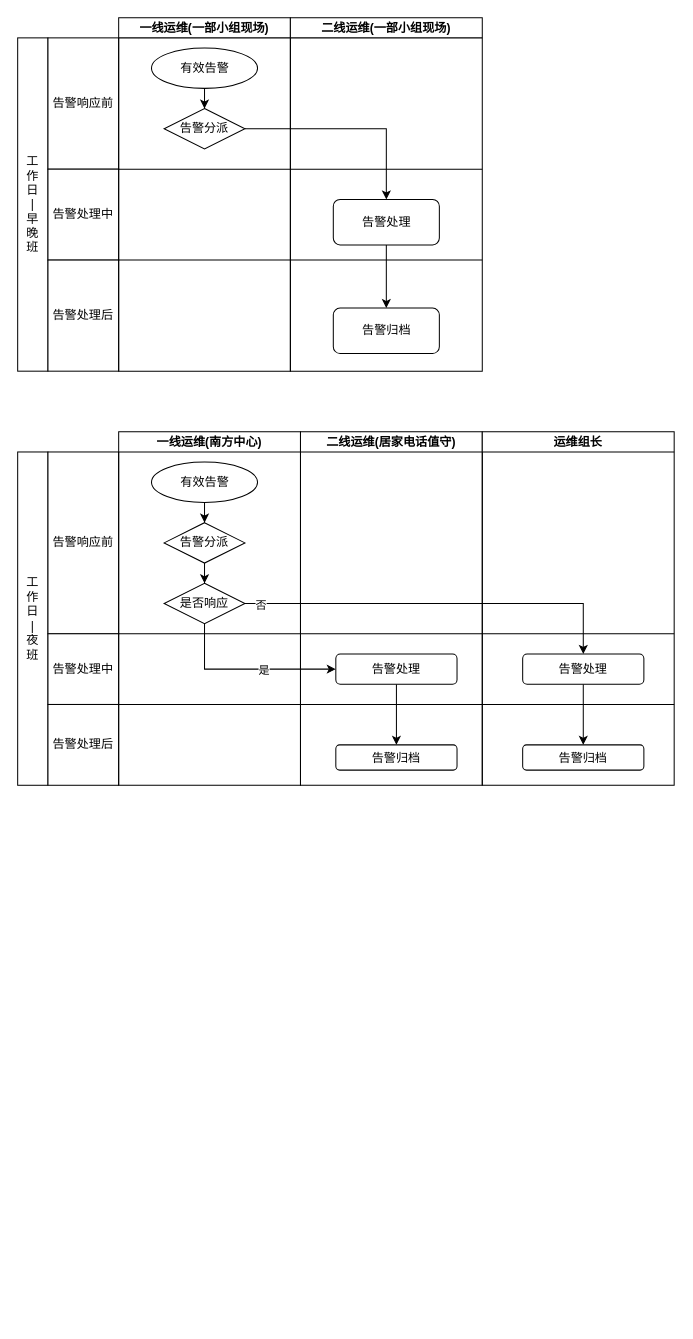
Earlier version of the draw.io diagram 协作流程.drawio (jaywin2u/practices). Source tidied: cells renumbered, new cells numbered last; positions are measured from the earlier drawing's top-left corner, leaving out a move shared by most shapes. Both pictures are drawn from the tidied source at 101%, with x=0, y=0 at pixel (17, 17).
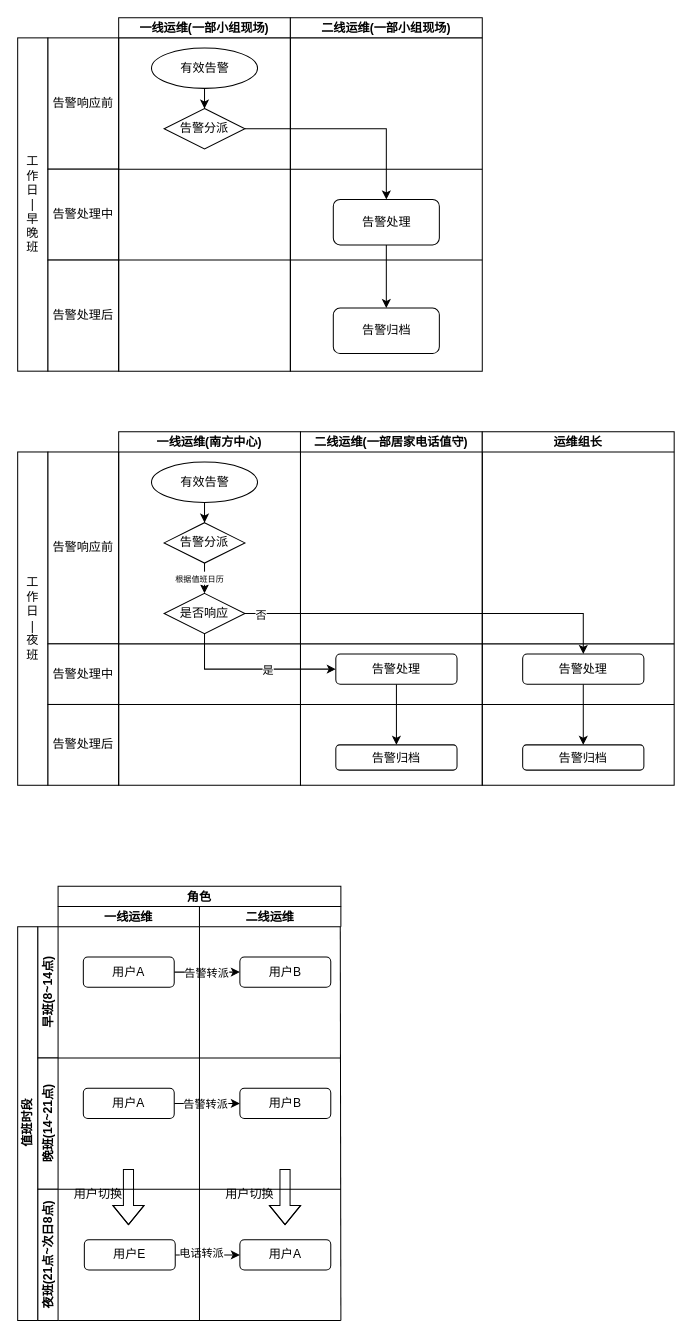
The same diagram, later.

Commit message:
更新协作流程.drawio

The change refers to these unchanged cells:
```xml
<mxCell id="21" value="一线运维(南方中心)" style="swimlane;startSize=20;" parent="1" vertex="1">
  <mxGeometry x="100" y="410" width="180" height="350" as="geometry" />
</mxCell>
<mxCell id="25" value="告警分派" style="rhombus;whiteSpace=wrap;html=1;" parent="21" vertex="1">
  <mxGeometry x="45" y="90" width="80" height="40" as="geometry" />
</mxCell>
```

Diff of the diagram source:
```diff
@@
-    <mxCell id="17" value="&lt;div&gt;工&lt;div&gt;作&lt;/div&gt;&lt;div&gt;日&lt;/div&gt;&lt;/div&gt;&lt;div&gt;|&lt;/div&gt;&lt;div&gt;夜&lt;/div&gt;&lt;div&gt;班&lt;/div&gt;" style="rounded=0;whiteSpace=wrap;html=1;" parent="1" vertex="1">
+    <mxCell id="17" value="工&lt;div&gt;作&lt;/div&gt;&lt;div&gt;日&lt;div&gt;|&lt;/div&gt;&lt;div&gt;夜&lt;/div&gt;&lt;div&gt;班&lt;/div&gt;&lt;/div&gt;" style="rounded=0;whiteSpace=wrap;html=1;" parent="1" vertex="1">
       <mxGeometry y="430" width="30" height="330" as="geometry" />
     </mxCell>
     <mxCell id="18" value="告警&lt;span style=&quot;background-color: initial;&quot;&gt;响应&lt;/span&gt;&lt;span style=&quot;background-color: initial;&quot;&gt;前&lt;/span&gt;" style="rounded=0;whiteSpace=wrap;html=1;" parent="1" vertex="1">
-      <mxGeometry x="30" y="430" width="70" height="180" as="geometry" />
+      <mxGeometry x="30" y="430" width="70" height="190" as="geometry" />
     </mxCell>
     <mxCell id="19" value="告警处理中" style="rounded=0;whiteSpace=wrap;html=1;" parent="1" vertex="1">
-      <mxGeometry x="30" y="610" width="70" height="70" as="geometry" />
+      <mxGeometry x="30" y="620" width="70" height="60" as="geometry" />
     </mxCell>
@@
-    <mxCell id="24" style="edgeStyle=orthogonalEdgeStyle;rounded=0;jettySize=auto;html=1;" parent="21" edge="1" source="25" target="26">
-      <mxGeometry relative="1" as="geometry" />
+    <mxCell id="24" value="&lt;span style=&quot;font-size: 8px;&quot;&gt;根据值班日历&lt;/span&gt;" style="edgeStyle=orthogonalEdgeStyle;rounded=0;jettySize=auto;html=1;" parent="21" edge="1" source="25" target="26">
+      <mxGeometry y="5" relative="1" as="geometry" />
     </mxCell>
@@
     <mxCell id="26" value="是否响应" style="rhombus;whiteSpace=wrap;html=1;" parent="21" vertex="1">
-      <mxGeometry x="45" y="150" width="80" height="40" as="geometry" />
+      <mxGeometry x="45" y="160" width="80" height="40" as="geometry" />
     </mxCell>
     <mxCell id="27" style="endArrow=none;html=1;rounded=0;" parent="21" edge="1">
       <mxGeometry relative="1" as="geometry">
-        <mxPoint y="200" as="sourcePoint" />
-        <mxPoint x="550" y="200" as="targetPoint" />
+        <mxPoint y="210" as="sourcePoint" />
+        <mxPoint x="550" y="210" as="targetPoint" />
       </mxGeometry>
     </mxCell>
@@
-    <mxCell id="29" value="二线运维(居家电话值守)" style="swimlane;startSize=20;" parent="1" vertex="1">
+    <mxCell id="29" value="二线运维(一部居家电话值守)" style="swimlane;startSize=20;" parent="1" vertex="1">
       <mxGeometry x="280" y="410" width="180" height="350" as="geometry" />
     </mxCell>
@@
+    <mxCell id="41" value="值班时段" style="swimlane;horizontal=0;startSize=20;html=1;" parent="1" vertex="1" collapsed="1">
+      <mxGeometry y="900" width="20" height="390" as="geometry" />
+    </mxCell>
+    <mxCell id="42" value="早班(8~14点)" style="swimlane;horizontal=0;whiteSpace=wrap;html=1;startSize=23;" parent="1" vertex="1">
+      <mxGeometry x="20" y="900" width="20" height="130" as="geometry" />
+    </mxCell>
+    <mxCell id="43" value="一线运维" style="swimlane;startSize=23;" parent="1" vertex="1">
+      <mxGeometry x="40" y="880" width="140" height="20" as="geometry" />
+    </mxCell>
+    <mxCell id="44" value="二线运维" style="swimlane;startSize=23;" parent="1" vertex="1">
+      <mxGeometry x="180" y="880" width="140" height="20" as="geometry" />
+    </mxCell>
+    <mxCell id="45" value="角色" style="swimlane;" parent="1" vertex="1">
+      <mxGeometry x="40" y="860" width="280" height="20" as="geometry" />
+    </mxCell>
+    <mxCell id="46" style="edgeStyle=orthogonalEdgeStyle;rounded=0;jettySize=auto;html=1;entryX=0;entryY=0.5;entryDx=0;entryDy=0;" parent="1" edge="1" source="48" target="51">
+      <mxGeometry relative="1" as="geometry" />
+    </mxCell>
+    <mxCell id="47" value="告警转派" style="edgeLabel;html=1;align=center;verticalAlign=middle;" parent="46" vertex="1">
+      <mxGeometry x="-0.23" relative="1" as="geometry">
+        <mxPoint x="6" as="offset" />
+      </mxGeometry>
+    </mxCell>
+    <mxCell id="48" value="用户A" style="rounded=1;whiteSpace=wrap;html=1;" parent="1" vertex="1">
+      <mxGeometry x="65" y="930" width="90" height="30" as="geometry" />
+    </mxCell>
+    <mxCell id="49" value="晚班(14~21点)" style="swimlane;horizontal=0;whiteSpace=wrap;html=1;startSize=23;" parent="1" vertex="1">
+      <mxGeometry x="20" y="1030" width="20" height="130" as="geometry" />
+    </mxCell>
+    <mxCell id="50" value="夜班(21点~次日8点)" style="swimlane;horizontal=0;whiteSpace=wrap;html=1;startSize=23;" parent="1" vertex="1">
+      <mxGeometry x="20" y="1160" width="20" height="130" as="geometry" />
+    </mxCell>
+    <mxCell id="51" value="用户B" style="rounded=1;whiteSpace=wrap;html=1;" parent="1" vertex="1">
+      <mxGeometry x="220" y="930" width="90" height="30" as="geometry" />
+    </mxCell>
+    <mxCell id="52" style="edgeStyle=orthogonalEdgeStyle;rounded=0;jettySize=auto;html=1;" parent="1" edge="1" source="54" target="55">
+      <mxGeometry relative="1" as="geometry" />
+    </mxCell>
+    <mxCell id="53" value="告警转派" style="edgeLabel;html=1;align=center;verticalAlign=middle;" parent="52" vertex="1">
+      <mxGeometry x="-0.19" relative="1" as="geometry">
+        <mxPoint x="4" as="offset" />
+      </mxGeometry>
+    </mxCell>
+    <mxCell id="54" value="用户A" style="rounded=1;whiteSpace=wrap;html=1;" parent="1" vertex="1">
+      <mxGeometry x="65" y="1060" width="90" height="30" as="geometry" />
+    </mxCell>
+    <mxCell id="55" value="用户B" style="rounded=1;whiteSpace=wrap;html=1;" parent="1" vertex="1">
+      <mxGeometry x="220" y="1060" width="90" height="30" as="geometry" />
+    </mxCell>
+    <mxCell id="56" value="用户A" style="rounded=1;whiteSpace=wrap;html=1;" parent="1" vertex="1">
+      <mxGeometry x="220" y="1210" width="90" height="30" as="geometry" />
+    </mxCell>
+    <mxCell id="57" style="edgeStyle=orthogonalEdgeStyle;rounded=0;jettySize=auto;html=1;" parent="1" edge="1" source="59" target="56">
+      <mxGeometry relative="1" as="geometry" />
+    </mxCell>
+    <mxCell id="58" value="电话转派" style="edgeLabel;html=1;align=center;verticalAlign=middle;" parent="57" vertex="1">
+      <mxGeometry x="-0.21" y="2" relative="1" as="geometry" />
+    </mxCell>
+    <mxCell id="59" value="用户E" style="rounded=1;whiteSpace=wrap;html=1;" parent="1" vertex="1">
+      <mxGeometry x="66" y="1210" width="90" height="30" as="geometry" />
+    </mxCell>
+    <mxCell id="60" style="endArrow=none;html=1;rounded=0;" parent="1" edge="1">
+      <mxGeometry relative="1" as="geometry">
+        <mxPoint x="320" y="1290" as="sourcePoint" />
+        <mxPoint x="319.4" y="900" as="targetPoint" />
+      </mxGeometry>
+    </mxCell>
+    <mxCell id="61" style="endArrow=none;html=1;rounded=0;" parent="1" edge="1">
+      <mxGeometry relative="1" as="geometry">
+        <mxPoint x="40" y="1290" as="sourcePoint" />
+        <mxPoint x="320" y="1290" as="targetPoint" />
+      </mxGeometry>
+    </mxCell>
+    <mxCell id="62" style="endArrow=none;html=1;rounded=0;" parent="1" edge="1">
+      <mxGeometry relative="1" as="geometry">
+        <mxPoint x="40" y="1160" as="sourcePoint" />
+        <mxPoint x="320" y="1160" as="targetPoint" />
+      </mxGeometry>
+    </mxCell>
+    <mxCell id="63" style="endArrow=none;html=1;rounded=0;" parent="1" edge="1">
+      <mxGeometry relative="1" as="geometry">
+        <mxPoint x="40" y="1030" as="sourcePoint" />
+        <mxPoint x="320" y="1030" as="targetPoint" />
+      </mxGeometry>
+    </mxCell>
+    <mxCell id="64" style="shape=flexArrow;endArrow=classic;html=1;rounded=0;entryX=0.455;entryY=-0.149;entryDx=0;entryDy=0;entryPerimeter=0;" parent="1" edge="1">
+      <mxGeometry relative="1" as="geometry">
+        <mxPoint x="109.7" y="1140" as="sourcePoint" />
+        <mxPoint x="109.7" y="1195.5" as="targetPoint" />
+        <Array as="points">
+          <mxPoint x="109.7" y="1150" />
+        </Array>
+      </mxGeometry>
+    </mxCell>
+    <mxCell id="65" style="shape=flexArrow;endArrow=classic;html=1;rounded=0;entryX=0.455;entryY=-0.149;entryDx=0;entryDy=0;entryPerimeter=0;" parent="1" edge="1">
+      <mxGeometry relative="1" as="geometry">
+        <mxPoint x="264.7" y="1140" as="sourcePoint" />
+        <mxPoint x="264.7" y="1195.5" as="targetPoint" />
+        <Array as="points">
+          <mxPoint x="264.7" y="1150" />
+        </Array>
+      </mxGeometry>
+    </mxCell>
+    <mxCell id="66" value="用户切换" style="text;html=1;align=center;verticalAlign=middle;whiteSpace=wrap;rounded=0;" parent="1" vertex="1">
+      <mxGeometry x="50" y="1150" width="60" height="30" as="geometry" />
+    </mxCell>
+    <mxCell id="67" value="用户切换" style="text;html=1;align=center;verticalAlign=middle;whiteSpace=wrap;rounded=0;" parent="1" vertex="1">
+      <mxGeometry x="200" y="1150" width="60" height="30" as="geometry" />
+    </mxCell>
+    <mxCell id="68" style="endArrow=none;html=1;rounded=0;" parent="1" edge="1">
+      <mxGeometry relative="1" as="geometry">
+        <mxPoint x="180" y="1290" as="sourcePoint" />
+        <mxPoint x="180" y="900" as="targetPoint" />
+      </mxGeometry>
+    </mxCell>
```
